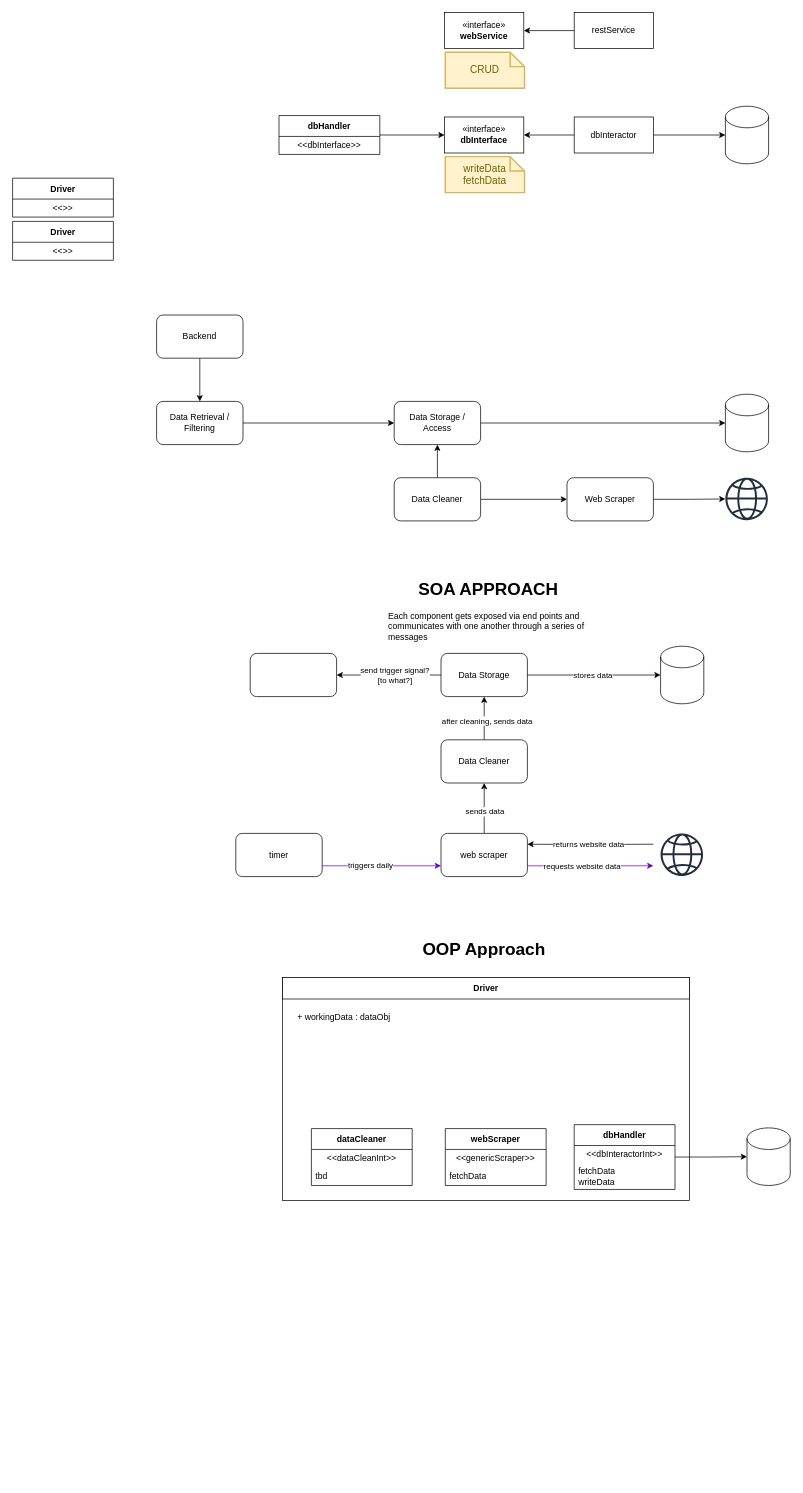
Before: page "Rough Work" (1 of 3) of system-design-rough.drawio in ChessEmulator94/recipe-helper, a draw.io diagram. Source tidied: cells renumbered, new cells numbered last; positions are measured from the earlier drawing's top-left corner, leaving out a move shared by most shapes. Both pictures are drawn from the tidied source at 72%, with x=0, y=0 at pixel (12, 12).
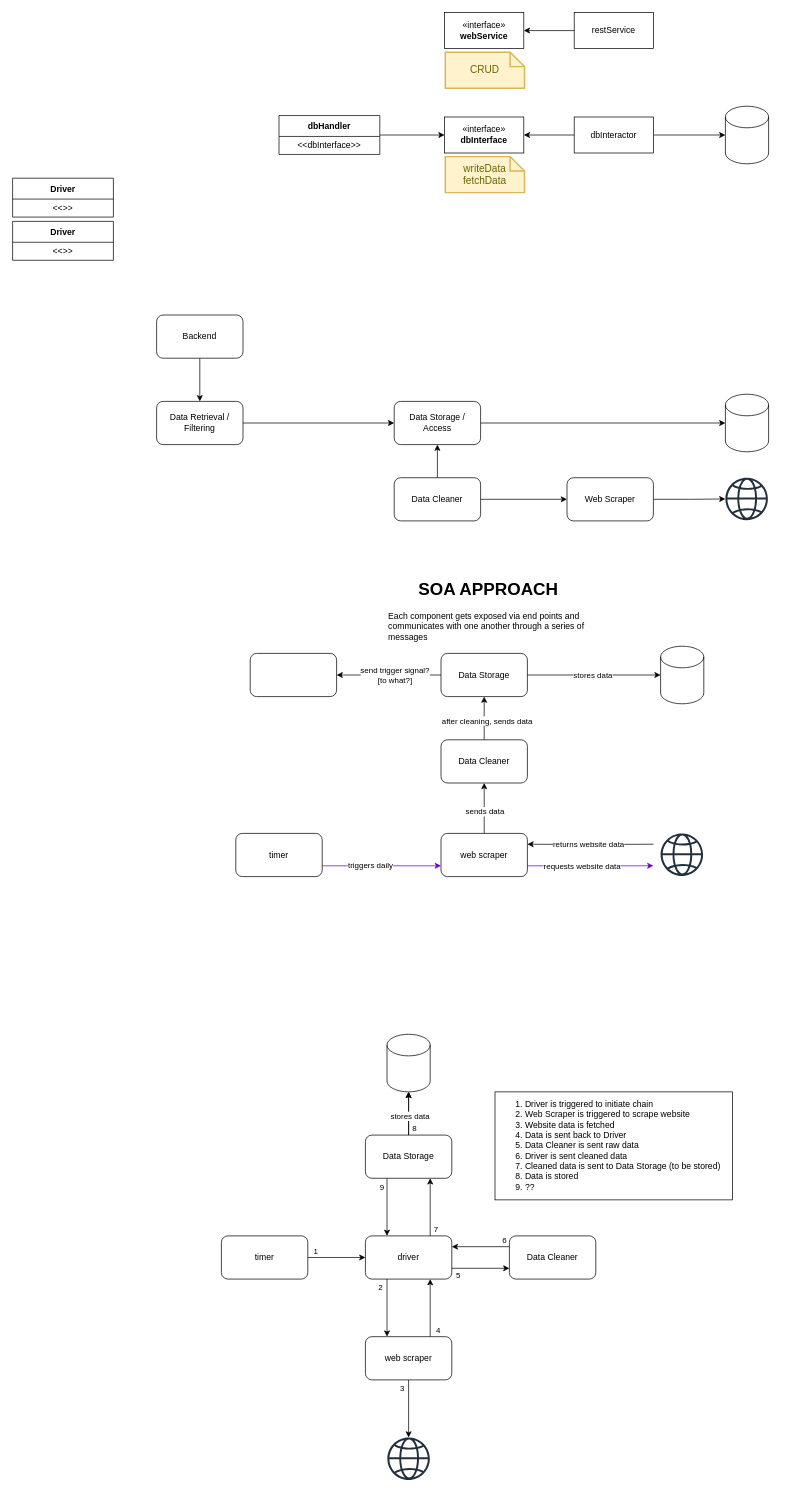
The same page after the edit.

Commit message:
Added component diagram

Diff of the diagram source:
```diff
@@
-    <mxCell id="2" style="rounded=0;whiteSpace=wrap;html=1;fillColor=none;" parent="1" vertex="1">
-      <mxGeometry x="375" y="1340" width="565" height="310" as="geometry" />
-    </mxCell>
@@
-    <mxCell id="56" value="&lt;h1 style=&quot;margin-top: 0px;&quot;&gt;&lt;span style=&quot;background-color: transparent; color: light-dark(rgb(0, 0, 0), rgb(255, 255, 255));&quot;&gt;OOP Approach&lt;/span&gt;&lt;/h1&gt;" style="text;html=1;whiteSpace=wrap;overflow=hidden;rounded=0;align=center;" parent="1" vertex="1">
-      <mxGeometry x="515" y="1280" width="280" height="100" as="geometry" />
-    </mxCell>
-    <mxCell id="57" value="webScraper" style="swimlane;fontStyle=1;align=center;verticalAlign=middle;horizontal=1;startSize=29;html=1;whiteSpace=wrap;" parent="1" vertex="1">
-      <mxGeometry x="601" y="1550" width="140" height="79" as="geometry" />
-    </mxCell>
-    <mxCell id="58" value="&amp;lt;&amp;lt;genericScraper&amp;gt;&amp;gt;" style="text;html=1;strokeColor=none;fillColor=none;align=center;verticalAlign=middle;spacingLeft=4;spacingRight=4;overflow=hidden;whiteSpace=wrap;" parent="57" vertex="1">
-      <mxGeometry y="29" width="140" height="25" as="geometry" />
-    </mxCell>
-    <mxCell id="59" value="fetchData" style="text;html=1;strokeColor=none;fillColor=none;align=left;verticalAlign=middle;spacingLeft=4;spacingRight=4;overflow=hidden;whiteSpace=wrap;" parent="57" vertex="1">
-      <mxGeometry y="54" width="140" height="25" as="geometry" />
-    </mxCell>
-    <mxCell id="60" value="dataCleaner" style="swimlane;fontStyle=1;align=center;verticalAlign=middle;horizontal=1;startSize=29;html=1;whiteSpace=wrap;" parent="1" vertex="1">
-      <mxGeometry x="415" y="1550" width="140" height="79" as="geometry" />
-    </mxCell>
-    <mxCell id="61" value="&amp;lt;&amp;lt;dataCleanInt&amp;gt;&amp;gt;" style="text;html=1;strokeColor=none;fillColor=none;align=center;verticalAlign=middle;spacingLeft=4;spacingRight=4;overflow=hidden;whiteSpace=wrap;" parent="60" vertex="1">
-      <mxGeometry y="29" width="140" height="25" as="geometry" />
-    </mxCell>
-    <mxCell id="62" value="tbd" style="text;html=1;strokeColor=none;fillColor=none;align=left;verticalAlign=middle;spacingLeft=4;spacingRight=4;overflow=hidden;whiteSpace=wrap;" parent="60" vertex="1">
-      <mxGeometry y="54" width="140" height="25" as="geometry" />
-    </mxCell>
-    <mxCell id="63" value="&lt;b&gt;Driver&lt;/b&gt;" style="rounded=0;whiteSpace=wrap;html=1;" parent="1" vertex="1">
-      <mxGeometry x="375" y="1340" width="565" height="30" as="geometry" />
-    </mxCell>
-    <mxCell id="64" value="dbHandler" style="swimlane;fontStyle=1;align=center;verticalAlign=middle;horizontal=1;startSize=29;html=1;whiteSpace=wrap;" parent="1" vertex="1">
-      <mxGeometry x="780" y="1544.5" width="140" height="90" as="geometry" />
-    </mxCell>
-    <mxCell id="65" value="&amp;lt;&amp;lt;dbInteractorInt&amp;gt;&amp;gt;" style="text;html=1;strokeColor=none;fillColor=none;align=center;verticalAlign=middle;spacingLeft=4;spacingRight=4;overflow=hidden;whiteSpace=wrap;" parent="64" vertex="1">
-      <mxGeometry y="29" width="140" height="25" as="geometry" />
-    </mxCell>
-    <mxCell id="66" value="fetchData&lt;div&gt;writeData&lt;/div&gt;" style="text;html=1;strokeColor=none;fillColor=none;align=left;verticalAlign=middle;spacingLeft=4;spacingRight=4;overflow=hidden;whiteSpace=wrap;" parent="64" vertex="1">
-      <mxGeometry y="54" width="140" height="36" as="geometry" />
-    </mxCell>
-    <mxCell id="67" value="+ workingData : dataObj" style="text;strokeColor=none;fillColor=none;align=left;verticalAlign=middle;spacingLeft=4;spacingRight=4;overflow=hidden;whiteSpace=wrap;html=1;" parent="1" vertex="1">
-      <mxGeometry x="390" y="1380" width="140" height="30" as="geometry" />
-    </mxCell>
-    <mxCell id="68" style="shape=cylinder3;whiteSpace=wrap;html=1;boundedLbl=1;backgroundOutline=1;size=15;" parent="1" vertex="1">
-      <mxGeometry x="1020" y="1549" width="60" height="80" as="geometry" />
-    </mxCell>
-    <mxCell id="69" style="edgeStyle=orthogonalEdgeStyle;rounded=0;jettySize=auto;html=1;entryX=0;entryY=0.5;entryDx=0;entryDy=0;entryPerimeter=0;" parent="1" edge="1" source="64" target="68">
-      <mxGeometry relative="1" as="geometry" />
-    </mxCell>
+    <mxCell id="70" style="edgeStyle=orthogonalEdgeStyle;rounded=0;jettySize=auto;html=1;entryX=0;entryY=0.5;entryDx=0;entryDy=0;" parent="1" edge="1" source="72" target="95">
+      <mxGeometry relative="1" as="geometry" />
+    </mxCell>
+    <mxCell id="71" value="1" style="edgeLabel;html=1;align=center;verticalAlign=middle;" parent="70" vertex="1">
+      <mxGeometry x="-0.15" y="3" relative="1" as="geometry">
+        <mxPoint x="-24" y="-6" as="offset" />
+      </mxGeometry>
+    </mxCell>
+    <mxCell id="72" value="timer" style="rounded=1;whiteSpace=wrap;html=1;" parent="1" vertex="1">
+      <mxGeometry x="290" y="1699" width="120" height="60" as="geometry" />
+    </mxCell>
+    <mxCell id="73" style="edgeStyle=orthogonalEdgeStyle;rounded=0;jettySize=auto;html=1;exitX=0.75;exitY=0;exitDx=0;exitDy=0;entryX=0.75;entryY=1;entryDx=0;entryDy=0;" parent="1" edge="1" source="77" target="95">
+      <mxGeometry relative="1" as="geometry" />
+    </mxCell>
+    <mxCell id="74" value="4" style="edgeLabel;html=1;align=center;verticalAlign=middle;" parent="73" vertex="1">
+      <mxGeometry x="0.1" y="-1" relative="1" as="geometry">
+        <mxPoint x="9" y="35" as="offset" />
+      </mxGeometry>
+    </mxCell>
+    <mxCell id="75" style="edgeStyle=orthogonalEdgeStyle;rounded=0;jettySize=auto;html=1;" parent="1" edge="1" source="77" target="78">
+      <mxGeometry relative="1" as="geometry" />
+    </mxCell>
+    <mxCell id="76" value="3" style="edgeLabel;html=1;align=center;verticalAlign=middle;" parent="75" vertex="1">
+      <mxGeometry x="-0.1" y="-1" relative="1" as="geometry">
+        <mxPoint x="-9" y="-25" as="offset" />
+      </mxGeometry>
+    </mxCell>
+    <mxCell id="77" value="web scraper" style="rounded=1;whiteSpace=wrap;html=1;" parent="1" vertex="1">
+      <mxGeometry x="490" y="1839" width="120" height="60" as="geometry" />
+    </mxCell>
+    <mxCell id="78" style="sketch=0;outlineConnect=0;fontColor=#232F3E;gradientColor=none;fillColor=#232F3D;strokeColor=none;dashed=0;verticalLabelPosition=bottom;verticalAlign=top;align=center;html=1;fontSize=12;fontStyle=0;shape=mxgraph.aws4.globe;" parent="1" vertex="1">
+      <mxGeometry x="520.5" y="1979" width="59" height="59" as="geometry" />
+    </mxCell>
+    <mxCell id="79" style="edgeStyle=orthogonalEdgeStyle;rounded=0;jettySize=auto;html=1;exitX=0;exitY=0.25;exitDx=0;exitDy=0;entryX=1;entryY=0.25;entryDx=0;entryDy=0;" parent="1" edge="1" source="81" target="95">
+      <mxGeometry relative="1" as="geometry" />
+    </mxCell>
+    <mxCell id="80" value="6" style="edgeLabel;html=1;align=center;verticalAlign=middle;" parent="79" vertex="1">
+      <mxGeometry x="-0.72" relative="1" as="geometry">
+        <mxPoint x="3" y="-9" as="offset" />
+      </mxGeometry>
+    </mxCell>
+    <mxCell id="81" value="Data Cleaner" style="rounded=1;whiteSpace=wrap;html=1;" parent="1" vertex="1">
+      <mxGeometry x="690" y="1699" width="120" height="60" as="geometry" />
+    </mxCell>
+    <mxCell id="82" style="edgeStyle=orthogonalEdgeStyle;rounded=0;jettySize=auto;html=1;exitX=0.25;exitY=1;exitDx=0;exitDy=0;entryX=0.25;entryY=0;entryDx=0;entryDy=0;" parent="1" edge="1" source="85" target="95">
+      <mxGeometry relative="1" as="geometry" />
+    </mxCell>
+    <mxCell id="83" value="9" style="edgeLabel;html=1;align=center;verticalAlign=middle;" parent="82" vertex="1">
+      <mxGeometry x="-0.7" y="4" relative="1" as="geometry">
+        <mxPoint x="-12" as="offset" />
+      </mxGeometry>
+    </mxCell>
+    <mxCell id="84" style="edgeStyle=orthogonalEdgeStyle;rounded=0;jettySize=auto;html=1;" parent="1" edge="1" source="85" target="86">
+      <mxGeometry relative="1" as="geometry" />
+    </mxCell>
+    <mxCell id="85" value="Data Storage" style="rounded=1;whiteSpace=wrap;html=1;" parent="1" vertex="1">
+      <mxGeometry x="490" y="1559" width="120" height="60" as="geometry" />
+    </mxCell>
+    <mxCell id="86" style="shape=cylinder3;whiteSpace=wrap;html=1;boundedLbl=1;backgroundOutline=1;size=15;" parent="1" vertex="1">
+      <mxGeometry x="520" y="1419" width="60" height="80" as="geometry" />
+    </mxCell>
+    <mxCell id="87" style="edgeStyle=orthogonalEdgeStyle;rounded=0;jettySize=auto;html=1;entryX=0.5;entryY=1;entryDx=0;entryDy=0;entryPerimeter=0;" parent="1" edge="1" source="85" target="86">
+      <mxGeometry relative="1" as="geometry" />
+    </mxCell>
+    <mxCell id="88" value="stores data" style="edgeLabel;html=1;align=center;verticalAlign=middle;" parent="87" vertex="1">
+      <mxGeometry x="-0.18" y="-1" relative="1" as="geometry">
+        <mxPoint y="-2" as="offset" />
+      </mxGeometry>
+    </mxCell>
+    <mxCell id="89" style="edgeStyle=orthogonalEdgeStyle;rounded=0;jettySize=auto;html=1;exitX=0.25;exitY=1;exitDx=0;exitDy=0;entryX=0.25;entryY=0;entryDx=0;entryDy=0;" parent="1" edge="1" source="95" target="77">
+      <mxGeometry relative="1" as="geometry" />
+    </mxCell>
+    <mxCell id="90" value="2" style="edgeLabel;html=1;align=center;verticalAlign=middle;" parent="89" vertex="1">
+      <mxGeometry x="-0.12" y="1" relative="1" as="geometry">
+        <mxPoint x="-11" y="-24" as="offset" />
+      </mxGeometry>
+    </mxCell>
+    <mxCell id="91" style="edgeStyle=orthogonalEdgeStyle;rounded=0;jettySize=auto;html=1;exitX=1;exitY=0.75;exitDx=0;exitDy=0;entryX=0;entryY=0.75;entryDx=0;entryDy=0;" parent="1" edge="1" source="95" target="81">
+      <mxGeometry relative="1" as="geometry" />
+    </mxCell>
+    <mxCell id="92" value="5" style="edgeLabel;html=1;align=center;verticalAlign=middle;" parent="91" vertex="1">
+      <mxGeometry x="-0.12" relative="1" as="geometry">
+        <mxPoint x="-27" y="9" as="offset" />
+      </mxGeometry>
+    </mxCell>
+    <mxCell id="93" style="edgeStyle=orthogonalEdgeStyle;rounded=0;jettySize=auto;html=1;exitX=0.75;exitY=0;exitDx=0;exitDy=0;entryX=0.75;entryY=1;entryDx=0;entryDy=0;" parent="1" edge="1" source="95" target="85">
+      <mxGeometry relative="1" as="geometry" />
+    </mxCell>
+    <mxCell id="94" value="7" style="edgeLabel;html=1;align=center;verticalAlign=middle;" parent="93" vertex="1">
+      <mxGeometry x="-0.6" y="1" relative="1" as="geometry">
+        <mxPoint x="8" y="6" as="offset" />
+      </mxGeometry>
+    </mxCell>
+    <mxCell id="95" value="driver" style="rounded=1;whiteSpace=wrap;html=1;" parent="1" vertex="1">
+      <mxGeometry x="490" y="1699" width="120" height="60" as="geometry" />
+    </mxCell>
+    <mxCell id="96" value="8" style="edgeLabel;html=1;align=center;verticalAlign=middle;" parent="1" vertex="1">
+      <mxGeometry x="647" y="1618" as="geometry">
+        <mxPoint x="-90" y="-69" as="offset" />
+      </mxGeometry>
+    </mxCell>
+    <mxCell id="97" value="&lt;ol&gt;&lt;li&gt;Driver is triggered to initiate chain&amp;nbsp;&lt;/li&gt;&lt;li&gt;Web Scraper is triggered to scrape website&lt;/li&gt;&lt;li&gt;Website data is fetched&lt;/li&gt;&lt;li&gt;Data is sent back to Driver&lt;/li&gt;&lt;li&gt;Data Cleaner is sent raw data&lt;/li&gt;&lt;li&gt;Driver is sent cleaned data&lt;/li&gt;&lt;li&gt;Cleaned data is sent to Data Storage (to be stored)&lt;/li&gt;&lt;li&gt;Data is stored&lt;/li&gt;&lt;li&gt;??&lt;/li&gt;&lt;/ol&gt;" style="rounded=0;whiteSpace=wrap;html=1;align=left;" parent="1" vertex="1">
+      <mxGeometry x="670" y="1499" width="330" height="150" as="geometry" />
+    </mxCell>
```
